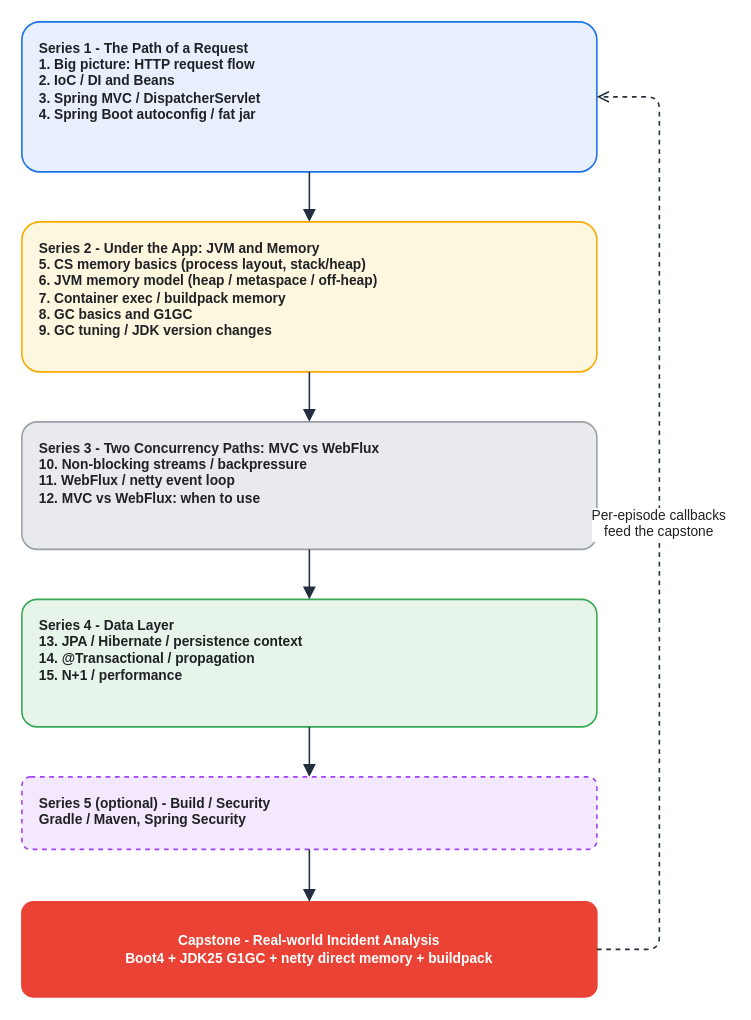
The draw.io diagram assets/img/spring/spring-02-reading-order-map.drawio in KKamJi98/kkamji98.github.io, before the edit. Source tidied: cells renumbered, new cells numbered last; positions are measured from the earlier drawing's top-left corner, leaving out a move shared by most shapes. Both pictures are drawn from the tidied source at 125%, with x=0, y=0 at pixel (21, 21).
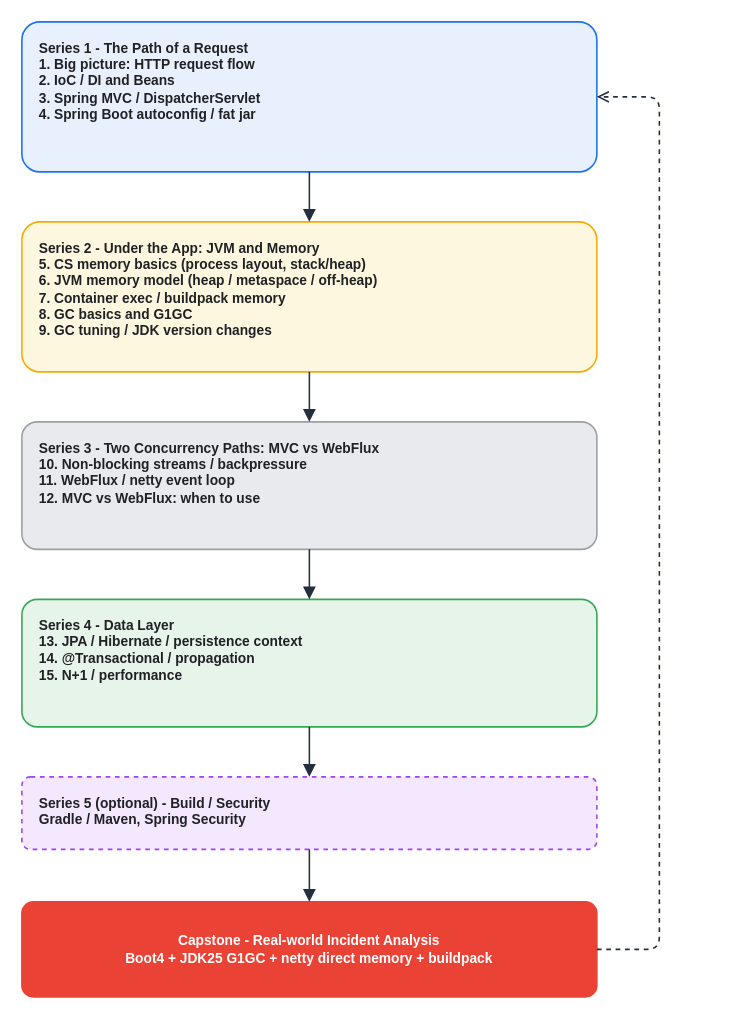
The same diagram, later.

Diff of the diagram source:
```diff
@@
 <mxGraphModel background="#FFFFFF">
   <root>
     <mxCell id="0" />
     <mxCell id="1" parent="0" />
     <mxCell id="2" value="Series 1 - The Path of a Request&#10;1. Big picture: HTTP request flow&#10;2. IoC / DI and Beans&#10;3. Spring MVC / DispatcherServlet&#10;4. Spring Boot autoconfig / fat jar" style="rounded=1;whiteSpace=wrap;html=0;arcSize=12;shadow=0;fillColor=#E8F0FE;strokeColor=#1A73E8;fontColor=#202124;align=left;verticalAlign=top;spacingLeft=12;spacingTop=8;fontSize=11;fontStyle=1;strokeWidth=1.25;" parent="1" vertex="1">
       <mxGeometry width="460" height="120" as="geometry" />
     </mxCell>
     <mxCell id="3" value="Series 2 - Under the App: JVM and Memory&#10;5. CS memory basics (process layout, stack/heap)&#10;6. JVM memory model (heap / metaspace / off-heap)&#10;7. Container exec / buildpack memory&#10;8. GC basics and G1GC&#10;9. GC tuning / JDK version changes" style="rounded=1;whiteSpace=wrap;html=0;arcSize=12;shadow=0;fillColor=#FEF7E0;strokeColor=#F9AB00;fontColor=#202124;align=left;verticalAlign=top;spacingLeft=12;spacingTop=8;fontSize=11;fontStyle=1;strokeWidth=1.25;" parent="1" vertex="1">
       <mxGeometry y="160" width="460" height="120" as="geometry" />
     </mxCell>
     <mxCell id="4" value="Series 3 - Two Concurrency Paths: MVC vs WebFlux&#10;10. Non-blocking streams / backpressure&#10;11. WebFlux / netty event loop&#10;12. MVC vs WebFlux: when to use" style="rounded=1;whiteSpace=wrap;html=0;arcSize=12;shadow=0;fillColor=#E8EAED;strokeColor=#9AA0A6;fontColor=#202124;align=left;verticalAlign=top;spacingLeft=12;spacingTop=8;fontSize=11;fontStyle=1;strokeWidth=1.25;" parent="1" vertex="1">
       <mxGeometry y="320" width="460" height="102" as="geometry" />
     </mxCell>
     <mxCell id="5" value="Series 4 - Data Layer&#10;13. JPA / Hibernate / persistence context&#10;14. @Transactional / propagation&#10;15. N+1 / performance" style="rounded=1;whiteSpace=wrap;html=0;arcSize=12;shadow=0;fillColor=#E6F4EA;strokeColor=#34A853;fontColor=#202124;align=left;verticalAlign=top;spacingLeft=12;spacingTop=8;fontSize=11;fontStyle=1;strokeWidth=1.25;" parent="1" vertex="1">
       <mxGeometry y="462" width="460" height="102" as="geometry" />
     </mxCell>
     <mxCell id="6" value="Series 5 (optional) - Build / Security&#10;Gradle / Maven, Spring Security" style="rounded=1;whiteSpace=wrap;html=0;arcSize=12;shadow=0;fillColor=#F3E8FD;strokeColor=#A142F4;fontColor=#202124;align=left;verticalAlign=top;spacingLeft=12;spacingTop=8;fontSize=11;dashed=1;fontStyle=1;strokeWidth=1.25;" parent="1" vertex="1">
       <mxGeometry y="604" width="460" height="58" as="geometry" />
     </mxCell>
     <mxCell id="7" value="Capstone - Real-world Incident Analysis&#10;Boot4 + JDK25 G1GC + netty direct memory + buildpack" style="rounded=1;whiteSpace=wrap;html=0;arcSize=12;shadow=0;fillColor=#EA4335;strokeColor=#EA4335;fontColor=#FFFFFF;align=center;verticalAlign=middle;spacingLeft=8;spacingRight=8;fontSize=11;fontStyle=1;strokeWidth=1.25;" parent="1" vertex="1">
       <mxGeometry y="704" width="460" height="76" as="geometry" />
     </mxCell>
     <mxCell id="8" style="edgeStyle=orthogonalEdgeStyle;rounded=1;html=0;strokeColor=#232F3E;fontColor=#202124;labelBackgroundColor=none;endArrow=block;exitX=0.5;exitY=1;exitDx=0;exitDy=0;entryX=0.5;entryY=0;entryDx=0;entryDy=0;strokeWidth=1.25;endSize=7;" parent="1" edge="1" source="2" target="3">
       <mxGeometry relative="1" as="geometry" />
     </mxCell>
     <mxCell id="9" style="edgeStyle=orthogonalEdgeStyle;rounded=1;html=0;strokeColor=#232F3E;fontColor=#202124;labelBackgroundColor=none;endArrow=block;exitX=0.5;exitY=1;exitDx=0;exitDy=0;entryX=0.5;entryY=0;entryDx=0;entryDy=0;strokeWidth=1.25;endSize=7;" parent="1" edge="1" source="3" target="4">
       <mxGeometry relative="1" as="geometry" />
     </mxCell>
     <mxCell id="10" style="edgeStyle=orthogonalEdgeStyle;rounded=1;html=0;strokeColor=#232F3E;fontColor=#202124;labelBackgroundColor=none;endArrow=block;exitX=0.5;exitY=1;exitDx=0;exitDy=0;entryX=0.5;entryY=0;entryDx=0;entryDy=0;strokeWidth=1.25;endSize=7;" parent="1" edge="1" source="4" target="5">
       <mxGeometry relative="1" as="geometry" />
     </mxCell>
     <mxCell id="11" style="edgeStyle=orthogonalEdgeStyle;rounded=1;html=0;strokeColor=#232F3E;fontColor=#202124;labelBackgroundColor=none;endArrow=block;exitX=0.5;exitY=1;exitDx=0;exitDy=0;entryX=0.5;entryY=0;entryDx=0;entryDy=0;strokeWidth=1.25;endSize=7;" parent="1" edge="1" source="5" target="6">
       <mxGeometry relative="1" as="geometry" />
     </mxCell>
     <mxCell id="12" style="edgeStyle=orthogonalEdgeStyle;rounded=1;html=0;strokeColor=#232F3E;fontColor=#202124;labelBackgroundColor=none;endArrow=block;exitX=0.5;exitY=1;exitDx=0;exitDy=0;entryX=0.5;entryY=0;entryDx=0;entryDy=0;strokeWidth=1.25;endSize=7;" parent="1" edge="1" source="6" target="7">
       <mxGeometry relative="1" as="geometry" />
     </mxCell>
-    <mxCell id="13" value="Per-episode callbacks&#10;feed the capstone" style="edgeStyle=orthogonalEdgeStyle;rounded=1;html=0;dashed=1;fontColor=#202124;strokeColor=#232F3E;labelBackgroundColor=#FFFFFF;endArrow=open;endSize=7;exitX=1;exitY=0.5;exitDx=0;exitDy=0;entryX=1;entryY=0.5;entryDx=0;entryDy=0;strokeWidth=1.25;" parent="1" edge="1" source="7" target="2">
+    <mxCell id="13" style="edgeStyle=orthogonalEdgeStyle;rounded=1;html=0;dashed=1;fontColor=#202124;strokeColor=#232F3E;labelBackgroundColor=none;endArrow=open;endSize=7;exitX=1;exitY=0.5;exitDx=0;exitDy=0;entryX=1;entryY=0.5;entryDx=0;entryDy=0;strokeWidth=1.25;" parent="1" edge="1" source="7" target="2">
       <mxGeometry relative="1" as="geometry">
         <Array as="points">
           <mxPoint x="510" y="742" />
           <mxPoint x="510" y="60" />
         </Array>
       </mxGeometry>
     </mxCell>
   </root>
 </mxGraphModel>
```
